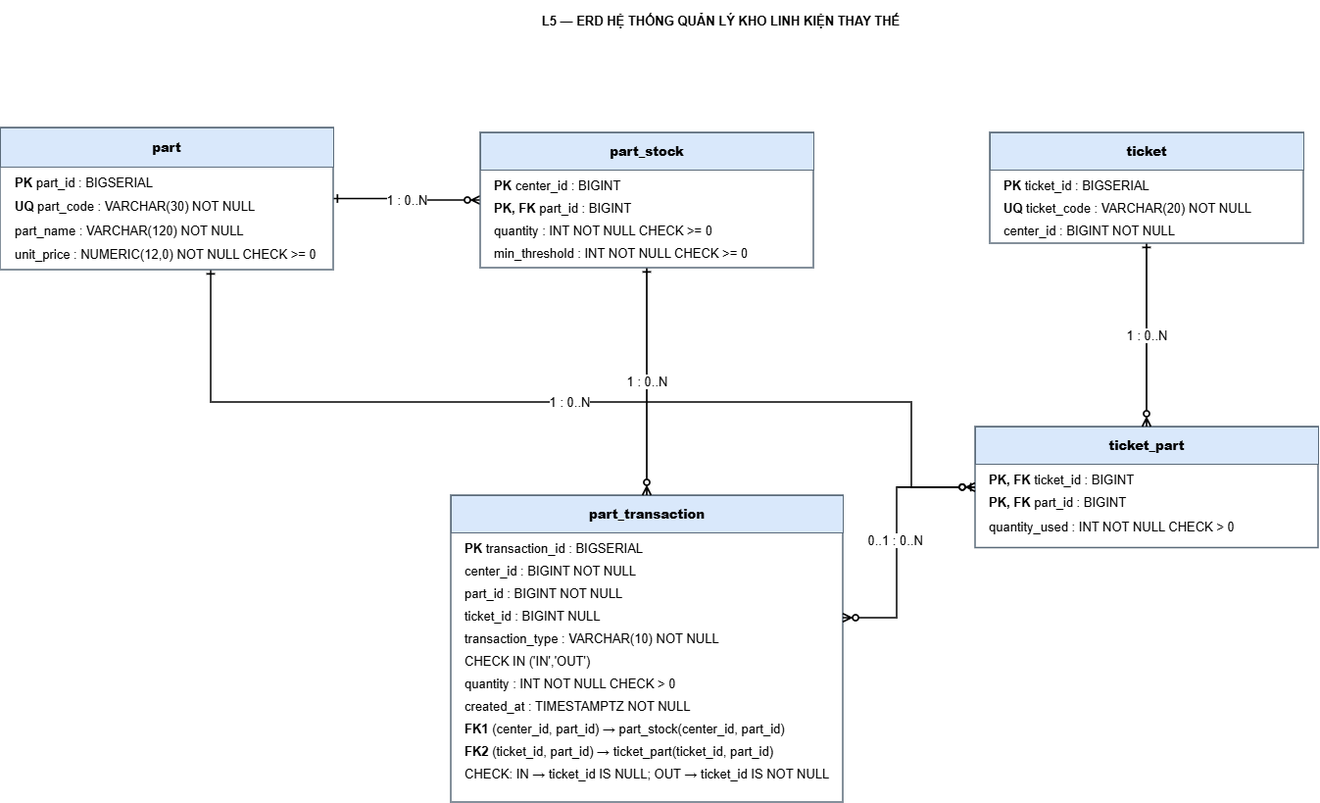
The draw.io diagram docs/exports/erd.drawio.png in neoslvh/cdtn1-LuuVanHung-L5, before a commit. Source tidied: cells renumbered, new cells last; positions are measured from the earlier drawing's top-left corner, leaving out a move shared by most shapes. Source of this version:
```xml
<mxGraphModel>
  <root>
    <mxCell id="0" />
    <mxCell id="1" parent="0" />
    <mxCell id="2" value="L5 — ERD HỆ THỐNG QUẢN LÝ KHO LINH KIỆN THAY THẾ" style="text;html=1;align=center;verticalAlign=middle;fontSize=13;fontStyle=1;strokeColor=none;fillColor=none;" parent="1" vertex="1">
      <mxGeometry x="210" width="1050" height="42" as="geometry" />
    </mxCell>
    <mxCell id="3" style="rounded=0;whiteSpace=wrap;html=1;fillColor=#ffffff;strokeColor=#5b6b7a;strokeWidth=1.5;fontSize=13;" parent="1" vertex="1">
      <mxGeometry x="995" y="435" width="350" height="123.5" as="geometry" />
    </mxCell>
    <mxCell id="4" value="&lt;b&gt;ticket_part&lt;/b&gt;" style="rounded=0;whiteSpace=wrap;html=1;fillColor=#d9e8fb;strokeColor=#5b6b7a;fontStyle=1;fontSize=13;" parent="1" vertex="1">
      <mxGeometry x="995" y="435" width="350" height="38" as="geometry" />
    </mxCell>
    <mxCell id="5" value="&lt;b&gt;PK, FK&lt;/b&gt; ticket_id : BIGINT" style="text;html=1;align=left;verticalAlign=middle;fontSize=13;strokeColor=none;fillColor=none;spacingLeft=4;" parent="1" vertex="1">
      <mxGeometry x="1003" y="477" width="334" height="23" as="geometry" />
    </mxCell>
    <mxCell id="6" value="&lt;b&gt;PK, FK&lt;/b&gt; part_id : BIGINT" style="text;html=1;align=left;verticalAlign=middle;fontSize=13;strokeColor=none;fillColor=none;spacingLeft=4;" parent="1" vertex="1">
      <mxGeometry x="1003" y="500" width="334" height="23" as="geometry" />
    </mxCell>
    <mxCell id="7" style="rounded=0;whiteSpace=wrap;html=1;fillColor=#ffffff;strokeColor=#5b6b7a;strokeWidth=1.5;fontSize=13;" parent="1" vertex="1">
      <mxGeometry x="460" y="505" width="400" height="313" as="geometry" />
    </mxCell>
    <mxCell id="8" value="&lt;b&gt;part_transaction&lt;/b&gt;" style="rounded=0;whiteSpace=wrap;html=1;fillColor=#d9e8fb;strokeColor=#5b6b7a;fontStyle=1;fontSize=13;" parent="1" vertex="1">
      <mxGeometry x="460" y="505" width="400" height="38" as="geometry" />
    </mxCell>
    <mxCell id="9" value="&lt;b&gt;PK&lt;/b&gt; transaction_id : BIGSERIAL" style="text;html=1;align=left;verticalAlign=middle;fontSize=13;strokeColor=none;fillColor=none;spacingLeft=4;" parent="1" vertex="1">
      <mxGeometry x="468" y="547" width="384" height="23" as="geometry" />
    </mxCell>
    <mxCell id="10" value="center_id : BIGINT NOT NULL" style="text;html=1;align=left;verticalAlign=middle;fontSize=13;strokeColor=none;fillColor=none;spacingLeft=4;" parent="1" vertex="1">
      <mxGeometry x="468" y="570" width="384" height="23" as="geometry" />
    </mxCell>
    <mxCell id="11" value="part_id : BIGINT NOT NULL" style="text;html=1;align=left;verticalAlign=middle;fontSize=13;strokeColor=none;fillColor=none;spacingLeft=4;" parent="1" vertex="1">
      <mxGeometry x="468" y="593" width="384" height="23" as="geometry" />
    </mxCell>
    <mxCell id="12" value="ticket_id : BIGINT NULL" style="text;html=1;align=left;verticalAlign=middle;fontSize=13;strokeColor=none;fillColor=none;spacingLeft=4;" parent="1" vertex="1">
      <mxGeometry x="468" y="616" width="384" height="23" as="geometry" />
    </mxCell>
    <mxCell id="13" value="transaction_type : VARCHAR(10) NOT NULL" style="text;html=1;align=left;verticalAlign=middle;fontSize=13;strokeColor=none;fillColor=none;spacingLeft=4;" parent="1" vertex="1">
      <mxGeometry x="468" y="639" width="384" height="23" as="geometry" />
    </mxCell>
    <mxCell id="14" value="CHECK IN ('IN','OUT')" style="text;html=1;align=left;verticalAlign=middle;fontSize=13;strokeColor=none;fillColor=none;spacingLeft=4;" parent="1" vertex="1">
      <mxGeometry x="468" y="662" width="384" height="23" as="geometry" />
    </mxCell>
    <mxCell id="15" value="quantity : INT NOT NULL CHECK &amp;gt; 0" style="text;html=1;align=left;verticalAlign=middle;fontSize=13;strokeColor=none;fillColor=none;spacingLeft=4;" parent="1" vertex="1">
      <mxGeometry x="468" y="685" width="384" height="23" as="geometry" />
    </mxCell>
    <mxCell id="16" value="created_at : TIMESTAMPTZ NOT NULL" style="text;html=1;align=left;verticalAlign=middle;fontSize=13;strokeColor=none;fillColor=none;spacingLeft=4;" parent="1" vertex="1">
      <mxGeometry x="468" y="708" width="384" height="23" as="geometry" />
    </mxCell>
    <mxCell id="17" value="1 : 0..N" style="edgeStyle=orthogonalEdgeStyle;rounded=0;html=1;startArrow=ERone;startFill=0;endArrow=ERzeroToMany;endFill=0;strokeWidth=1.7;fontSize=13;labelBackgroundColor=#ffffff;" parent="1" edge="1" source="39" target="32">
      <mxGeometry relative="1" as="geometry" />
    </mxCell>
    <mxCell id="18" value="1 : 0..N" style="edgeStyle=orthogonalEdgeStyle;rounded=0;html=1;startArrow=ERone;startFill=0;endArrow=ERzeroToMany;endFill=0;strokeWidth=1.7;fontSize=13;labelBackgroundColor=#ffffff;" parent="1" edge="1" source="39" target="3">
      <mxGeometry relative="1" as="geometry">
        <Array as="points">
          <mxPoint x="215" y="410" />
          <mxPoint x="930" y="410" />
        </Array>
      </mxGeometry>
    </mxCell>
    <mxCell id="19" value="1 : 0..N" style="edgeStyle=orthogonalEdgeStyle;rounded=0;html=1;startArrow=ERone;startFill=0;endArrow=ERzeroToMany;endFill=0;strokeWidth=1.7;fontSize=13;labelBackgroundColor=#ffffff;" parent="1" edge="1" source="26" target="3">
      <mxGeometry relative="1" as="geometry" />
    </mxCell>
    <mxCell id="20" value="1 : 0..N" style="edgeStyle=orthogonalEdgeStyle;rounded=0;html=1;startArrow=ERone;startFill=0;endArrow=ERzeroToMany;endFill=0;strokeWidth=1.7;fontSize=13;labelBackgroundColor=#ffffff;" parent="1" edge="1" source="32" target="7">
      <mxGeometry relative="1" as="geometry" />
    </mxCell>
    <mxCell id="21" value="0..1 : 0..N&amp;nbsp;" style="edgeStyle=orthogonalEdgeStyle;rounded=0;html=1;startArrow=ERzeroToOne;startFill=0;endArrow=ERzeroToMany;endFill=0;strokeWidth=1.7;fontSize=13;labelBackgroundColor=#ffffff;" parent="1" edge="1" source="3" target="7">
      <mxGeometry relative="1" as="geometry">
        <Array as="points">
          <mxPoint x="915" y="630" />
        </Array>
      </mxGeometry>
    </mxCell>
    <mxCell id="22" value="&lt;b&gt;FK1&lt;/b&gt; (center_id, part_id) → part_stock(center_id, part_id)" style="text;html=1;align=left;verticalAlign=middle;fontSize=13;strokeColor=none;fillColor=none;spacingLeft=4;" parent="1" vertex="1">
      <mxGeometry x="468" y="731" width="384" height="23" as="geometry" />
    </mxCell>
    <mxCell id="23" value="&lt;b&gt;FK2&lt;/b&gt; (ticket_id, part_id) → ticket_part(ticket_id, part_id)" style="text;html=1;align=left;verticalAlign=middle;fontSize=13;strokeColor=none;fillColor=none;spacingLeft=4;" parent="1" vertex="1">
      <mxGeometry x="468" y="754" width="384" height="23" as="geometry" />
    </mxCell>
    <mxCell id="24" value="CHECK: IN → ticket_id IS NULL; OUT → ticket_id IS NOT NULL" style="text;html=1;align=left;verticalAlign=middle;fontSize=13;strokeColor=none;fillColor=none;spacingLeft=4;" parent="1" vertex="1">
      <mxGeometry x="468" y="777" width="384" height="23" as="geometry" />
    </mxCell>
    <mxCell id="25" style="group;fontSize=13;" parent="1" vertex="1">
      <mxGeometry x="1010" y="135" width="320" height="113" as="geometry" />
    </mxCell>
    <mxCell id="26" style="rounded=0;whiteSpace=wrap;html=1;fillColor=#ffffff;strokeColor=#5b6b7a;strokeWidth=1.5;fontSize=13;" parent="25" vertex="1">
      <mxGeometry width="320" height="113" as="geometry" />
    </mxCell>
    <mxCell id="27" value="&lt;b&gt;ticket&lt;/b&gt;" style="rounded=0;whiteSpace=wrap;html=1;fillColor=#d9e8fb;strokeColor=#5b6b7a;fontStyle=1;fontSize=13;" parent="25" vertex="1">
      <mxGeometry width="320" height="38" as="geometry" />
    </mxCell>
    <mxCell id="28" value="&lt;b&gt;PK&lt;/b&gt; ticket_id : BIGSERIAL" style="text;html=1;align=left;verticalAlign=middle;fontSize=13;strokeColor=none;fillColor=none;spacingLeft=4;" parent="25" vertex="1">
      <mxGeometry x="8" y="42" width="304" height="23" as="geometry" />
    </mxCell>
    <mxCell id="29" value="&lt;b&gt;UQ&lt;/b&gt; ticket_code : VARCHAR(20) NOT NULL" style="text;html=1;align=left;verticalAlign=middle;fontSize=13;strokeColor=none;fillColor=none;spacingLeft=4;" parent="25" vertex="1">
      <mxGeometry x="8" y="65" width="304" height="23" as="geometry" />
    </mxCell>
    <mxCell id="30" value="center_id : BIGINT NOT NULL" style="text;html=1;align=left;verticalAlign=middle;fontSize=13;strokeColor=none;fillColor=none;spacingLeft=4;" parent="25" vertex="1">
      <mxGeometry x="8" y="88" width="304" height="23" as="geometry" />
    </mxCell>
    <mxCell id="31" style="group;fontSize=13;" parent="1" vertex="1">
      <mxGeometry x="490" y="135" width="340" height="138" as="geometry" />
    </mxCell>
    <mxCell id="32" style="rounded=0;whiteSpace=wrap;html=1;fillColor=#ffffff;strokeColor=#5b6b7a;strokeWidth=1.5;fontSize=13;" parent="31" vertex="1">
      <mxGeometry width="340" height="138" as="geometry" />
    </mxCell>
    <mxCell id="33" value="&lt;b&gt;part_stock&lt;/b&gt;" style="rounded=0;whiteSpace=wrap;html=1;fillColor=#d9e8fb;strokeColor=#5b6b7a;fontStyle=1;fontSize=13;" parent="31" vertex="1">
      <mxGeometry width="340" height="38" as="geometry" />
    </mxCell>
    <mxCell id="34" value="&lt;b&gt;PK&lt;/b&gt; center_id : BIGINT" style="text;html=1;align=left;verticalAlign=middle;fontSize=13;strokeColor=none;fillColor=none;spacingLeft=4;" parent="31" vertex="1">
      <mxGeometry x="8" y="42" width="324" height="23" as="geometry" />
    </mxCell>
    <mxCell id="35" value="&lt;b&gt;PK, FK&lt;/b&gt; part_id : BIGINT" style="text;html=1;align=left;verticalAlign=middle;fontSize=13;strokeColor=none;fillColor=none;spacingLeft=4;" parent="31" vertex="1">
      <mxGeometry x="8" y="65" width="324" height="23" as="geometry" />
    </mxCell>
    <mxCell id="36" value="quantity : INT NOT NULL CHECK &amp;gt;= 0" style="text;html=1;align=left;verticalAlign=middle;fontSize=13;strokeColor=none;fillColor=none;spacingLeft=4;" parent="31" vertex="1">
      <mxGeometry x="8" y="88" width="324" height="23" as="geometry" />
    </mxCell>
    <mxCell id="37" value="min_threshold : INT NOT NULL CHECK &amp;gt;= 0" style="text;html=1;align=left;verticalAlign=middle;fontSize=13;strokeColor=none;fillColor=none;spacingLeft=4;" parent="31" vertex="1">
      <mxGeometry x="8" y="111" width="324" height="23" as="geometry" />
    </mxCell>
    <mxCell id="38" style="group;" parent="1" vertex="1">
      <mxGeometry y="130" width="340" height="145" as="geometry" />
    </mxCell>
    <mxCell id="39" style="rounded=0;whiteSpace=wrap;html=1;fillColor=#ffffff;strokeColor=#5b6b7a;strokeWidth=1.5;fontSize=13;" parent="38" vertex="1">
      <mxGeometry width="340" height="145" as="geometry" />
    </mxCell>
    <mxCell id="40" value="&lt;b&gt;part&lt;/b&gt;" style="rounded=0;whiteSpace=wrap;html=1;fillColor=#d9e8fb;strokeColor=#5b6b7a;fontStyle=1;fontSize=13;" parent="38" vertex="1">
      <mxGeometry width="340" height="39.9" as="geometry" />
    </mxCell>
    <mxCell id="41" value="&lt;b&gt;PK&lt;/b&gt; part_id : BIGSERIAL" style="text;html=1;align=left;verticalAlign=middle;fontSize=13;strokeColor=none;fillColor=none;spacingLeft=4;" parent="38" vertex="1">
      <mxGeometry x="8.5" y="44.1" width="323" height="24.2" as="geometry" />
    </mxCell>
    <mxCell id="42" value="&lt;b&gt;UQ&lt;/b&gt; part_code : VARCHAR(30) NOT NULL" style="text;html=1;align=left;verticalAlign=middle;fontSize=13;strokeColor=none;fillColor=none;spacingLeft=4;" parent="38" vertex="1">
      <mxGeometry x="8.5" y="68.3" width="323" height="24.2" as="geometry" />
    </mxCell>
    <mxCell id="43" value="part_name : VARCHAR(120) NOT NULL" style="text;html=1;align=left;verticalAlign=middle;fontSize=13;strokeColor=none;fillColor=none;spacingLeft=4;" parent="38" vertex="1">
      <mxGeometry x="8.5" y="92.5" width="323" height="24.2" as="geometry" />
    </mxCell>
    <mxCell id="44" value="unit_price : NUMERIC(12,0) NOT NULL CHECK &amp;gt;= 0" style="text;html=1;align=left;verticalAlign=middle;fontSize=13;strokeColor=none;fillColor=none;spacingLeft=4;" parent="38" vertex="1">
      <mxGeometry x="8.5" y="116.6" width="323" height="24.2" as="geometry" />
    </mxCell>
    <mxCell id="45" value="&lt;pre dir=&quot;ltr&quot;&gt;&lt;code&gt;&lt;font face=&quot;Helvetica&quot;&gt;quantity_used : INT NOT NULL CHECK &amp;gt; 0&lt;/font&gt;&lt;/code&gt;&lt;/pre&gt;" style="text;html=1;align=left;verticalAlign=middle;fontSize=13;strokeColor=none;fillColor=none;spacingLeft=4;" parent="1" vertex="1">
      <mxGeometry x="1003" y="525.5" width="334" height="23" as="geometry" />
    </mxCell>
  </root>
</mxGraphModel>
```
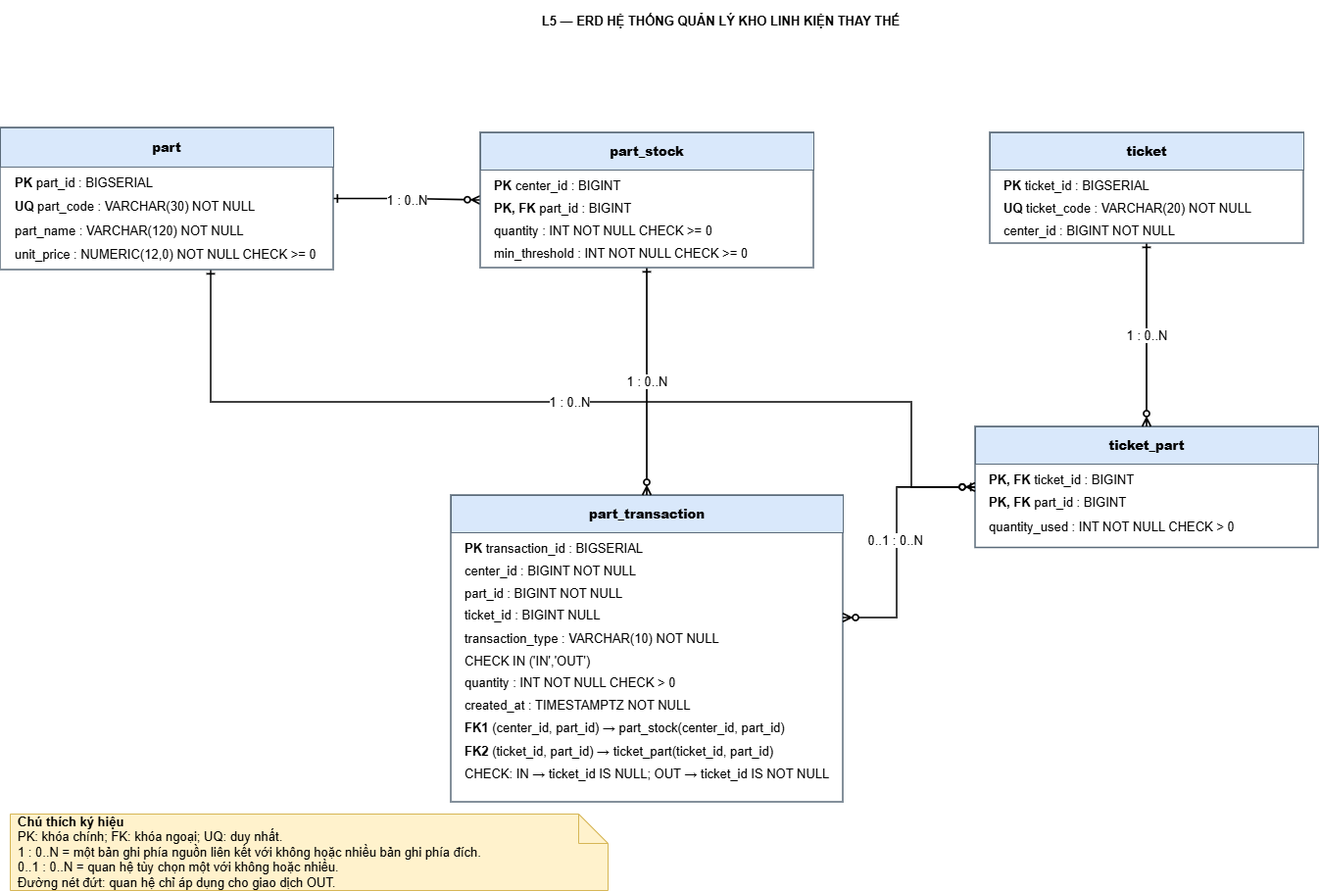
Above is the later version.

What changed in the source:
```diff
@@ -143,5 +143,8 @@
     <mxCell id="45" value="&lt;pre dir=&quot;ltr&quot;&gt;&lt;code&gt;&lt;font face=&quot;Helvetica&quot;&gt;quantity_used : INT NOT NULL CHECK &amp;gt; 0&lt;/font&gt;&lt;/code&gt;&lt;/pre&gt;" style="text;html=1;align=left;verticalAlign=middle;fontSize=13;strokeColor=none;fillColor=none;spacingLeft=4;" parent="1" vertex="1">
       <mxGeometry x="1003" y="525.5" width="334" height="23" as="geometry" />
     </mxCell>
+    <mxCell id="46" value="&lt;b&gt;Chú thích ký hiệu&lt;/b&gt;&lt;br&gt;PK: khóa chính; FK: khóa ngoại; UQ: duy nhất.&lt;br&gt;1 : 0..N = một bản ghi phía nguồn liên kết với không hoặc nhiều bản ghi phía đích.&lt;br&gt;0..1 : 0..N = quan hệ tùy chọn một với không hoặc nhiều.&lt;br&gt;Đường nét đứt: quan hệ chỉ áp dụng cho giao dịch OUT." style="shape=note;whiteSpace=wrap;html=1;fillColor=#fff2cc;strokeColor=#d6b656;fontSize=13;spacing=8;align=left;" parent="1" vertex="1">
+      <mxGeometry x="10" y="830" width="610" height="78" as="geometry" />
+    </mxCell>
   </root>
 </mxGraphModel>
```
